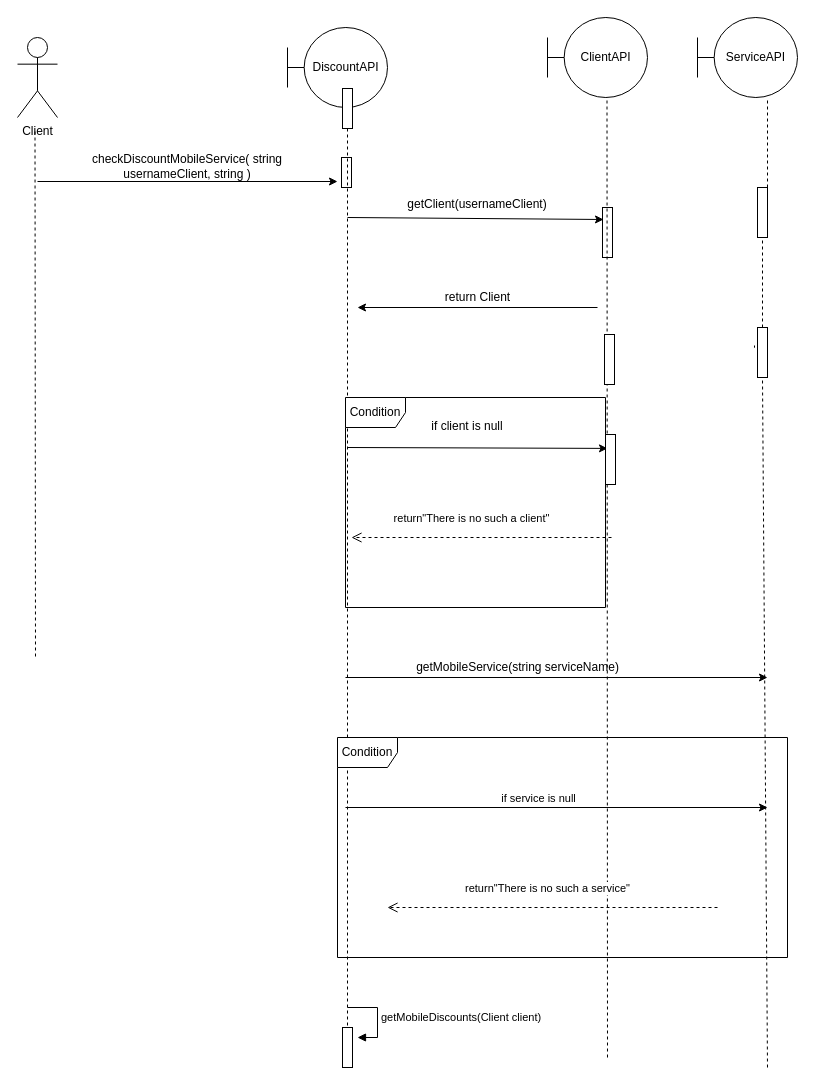
Earlier version of the draw.io diagram Design System/CheckDiscountsSequenceDiagram.drawio (hazemadelkhalel/Fawry-System). Source tidied: cells renumbered, new cells numbered last; positions are measured from the earlier drawing's top-left corner, leaving out a move shared by most shapes. Both pictures are drawn from the tidied source at 100%, with x=0, y=0 at pixel (17, 17).
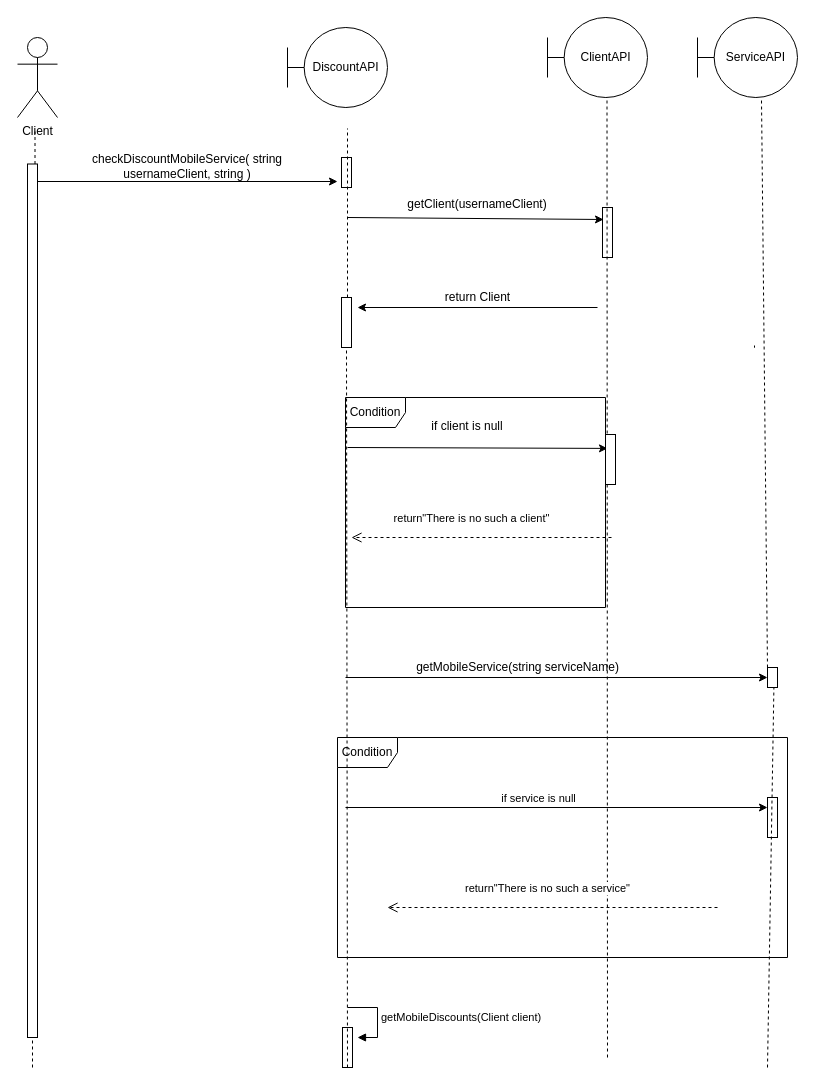
Above is the later version.

Commit message (it also covers changes not shown here):
Modified AddDiscount and checkDiscounts Sequence diagrams

The change refers to these unchanged cells:
```xml
<mxCell id="20" value="ServiceAPI" style="shape=umlBoundary;whiteSpace=wrap;html=1;" parent="1" vertex="1">
  <mxGeometry x="680" width="100" height="80" as="geometry" />
</mxCell>
```

What changed in the source:
```diff
@@
-    <mxCell id="12" style="endArrow=none;dashed=1;html=1;rounded=0;entryX=0.5;entryY=1;entryDx=0;entryDy=0;" parent="1" edge="1">
+    <mxCell id="12" style="endArrow=none;dashed=1;html=1;rounded=0;entryX=0.5;entryY=1;entryDx=0;entryDy=0;startArrow=none;" parent="1" edge="1" source="42">
       <mxGeometry relative="1" as="geometry">
-        <mxPoint x="18" y="639" as="sourcePoint" />
         <mxPoint x="17.5" y="114" as="targetPoint" />
       </mxGeometry>
     </mxCell>
-    <mxCell id="13" style="endArrow=none;dashed=1;html=1;rounded=0;entryX=0.5;entryY=1;entryDx=0;entryDy=0;" parent="1" edge="1" target="35">
+    <mxCell id="13" style="endArrow=none;dashed=1;html=1;rounded=0;entryX=0.5;entryY=1;entryDx=0;entryDy=0;startArrow=none;" parent="1" edge="1" source="17">
       <mxGeometry relative="1" as="geometry">
-        <mxPoint x="330" y="1050" as="sourcePoint" />
+        <mxPoint x="330" y="111" as="targetPoint" />
       </mxGeometry>
     </mxCell>
@@
-    <mxCell id="17" style="html=1;points=[];perimeter=orthogonalPerimeter;" parent="1" vertex="1">
-      <mxGeometry x="587" y="317" width="10" height="50" as="geometry" />
-    </mxCell>
@@
-    <mxCell id="21" style="endArrow=none;dashed=1;html=1;rounded=0;entryX=0.5;entryY=1;entryDx=0;entryDy=0;startArrow=none;" parent="1" edge="1" source="24">
-      <mxGeometry relative="1" as="geometry">
-        <mxPoint x="750" y="80" as="targetPoint" />
-      </mxGeometry>
-    </mxCell>
-    <mxCell id="22" style="html=1;points=[];perimeter=orthogonalPerimeter;" parent="1" vertex="1">
-      <mxGeometry x="740" y="310" width="10" height="50" as="geometry" />
-    </mxCell>
-    <mxCell id="23" style="endArrow=none;dashed=1;html=1;rounded=0;entryX=0.5;entryY=1;entryDx=0;entryDy=0;" parent="1" edge="1" target="22">
-      <mxGeometry relative="1" as="geometry">
-        <mxPoint x="750" y="1050" as="sourcePoint" />
-      </mxGeometry>
+    <mxCell id="23" style="endArrow=none;dashed=1;html=1;rounded=0;entryX=0.64;entryY=1.022;entryDx=0;entryDy=0;entryPerimeter=0;startArrow=none;" parent="1" edge="1" source="40" target="20">
+      <mxGeometry relative="1" as="geometry" />
     </mxCell>
-    <mxCell id="24" style="html=1;points=[];perimeter=orthogonalPerimeter;" parent="1" vertex="1">
-      <mxGeometry x="740" y="170" width="10" height="50" as="geometry" />
-    </mxCell>
-    <mxCell id="25" style="endArrow=none;dashed=1;html=1;rounded=0;entryX=0.5;entryY=1;entryDx=0;entryDy=0;startArrow=none;" parent="1" edge="1" source="22" target="24">
-      <mxGeometry relative="1" as="geometry" />
-    </mxCell>
@@
-    <mxCell id="35" style="html=1;points=[];perimeter=orthogonalPerimeter;" parent="1" vertex="1">
-      <mxGeometry x="325" y="71" width="10" height="40" as="geometry" />
-    </mxCell>
@@
+    <mxCell id="17" style="html=1;points=[];perimeter=orthogonalPerimeter;" parent="1" vertex="1">
+      <mxGeometry x="324" y="280" width="10" height="50" as="geometry" />
+    </mxCell>
+    <mxCell id="38" style="endArrow=none;dashed=1;html=1;rounded=0;entryX=0.5;entryY=1;entryDx=0;entryDy=0;" parent="1" edge="1" target="17">
+      <mxGeometry relative="1" as="geometry">
+        <mxPoint x="330" y="1050" as="sourcePoint" />
+      </mxGeometry>
+    </mxCell>
+    <mxCell id="39" style="html=1;perimeter=orthogonalPerimeter;" parent="1" vertex="1">
+      <mxGeometry x="750" y="780" width="10" height="40" as="geometry" />
+    </mxCell>
+    <mxCell id="40" style="html=1;points=[];perimeter=orthogonalPerimeter;" parent="1" vertex="1">
+      <mxGeometry x="750" y="650" width="10" height="20" as="geometry" />
+    </mxCell>
+    <mxCell id="41" style="endArrow=none;dashed=1;html=1;rounded=0;entryX=0.64;entryY=1.022;entryDx=0;entryDy=0;entryPerimeter=0;" parent="1" edge="1" target="40">
+      <mxGeometry relative="1" as="geometry">
+        <mxPoint x="750" y="1050" as="sourcePoint" />
+      </mxGeometry>
+    </mxCell>
+    <mxCell id="42" style="html=1;points=[];perimeter=orthogonalPerimeter;" parent="1" vertex="1">
+      <mxGeometry x="10" y="146.5" width="10" height="873.5" as="geometry" />
+    </mxCell>
+    <mxCell id="43" style="endArrow=none;dashed=1;html=1;rounded=0;entryX=0.5;entryY=1;entryDx=0;entryDy=0;" parent="1" edge="1" target="42">
+      <mxGeometry relative="1" as="geometry">
+        <mxPoint x="15" y="1050" as="sourcePoint" />
+      </mxGeometry>
+    </mxCell>
```
